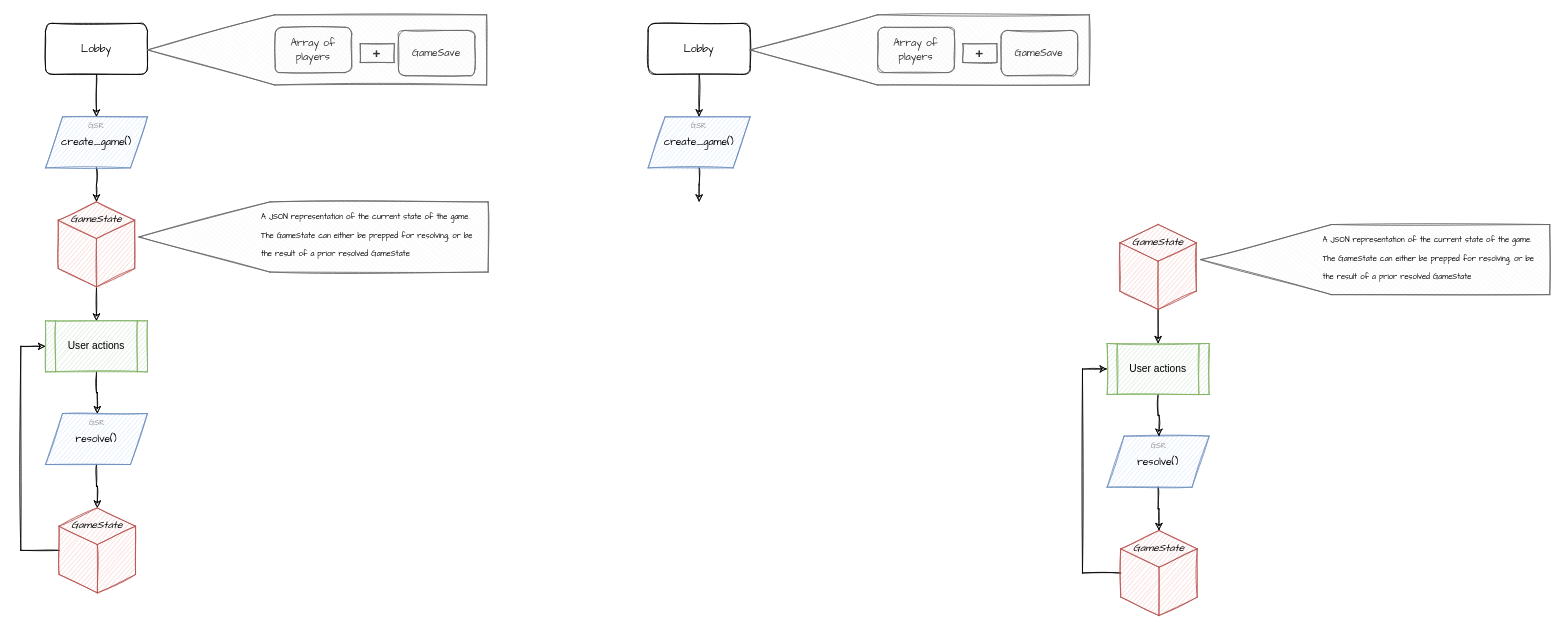
Above: Process.drawio in JacksonBowe/mafia-engine (draw.io), before the change. Source tidied: cells renumbered, new cells numbered last; positions are measured from the earlier drawing's top-left corner, leaving out a move shared by most shapes. Both pictures are drawn from the tidied source at 85%, with x=0, y=0 at pixel (20, -120).
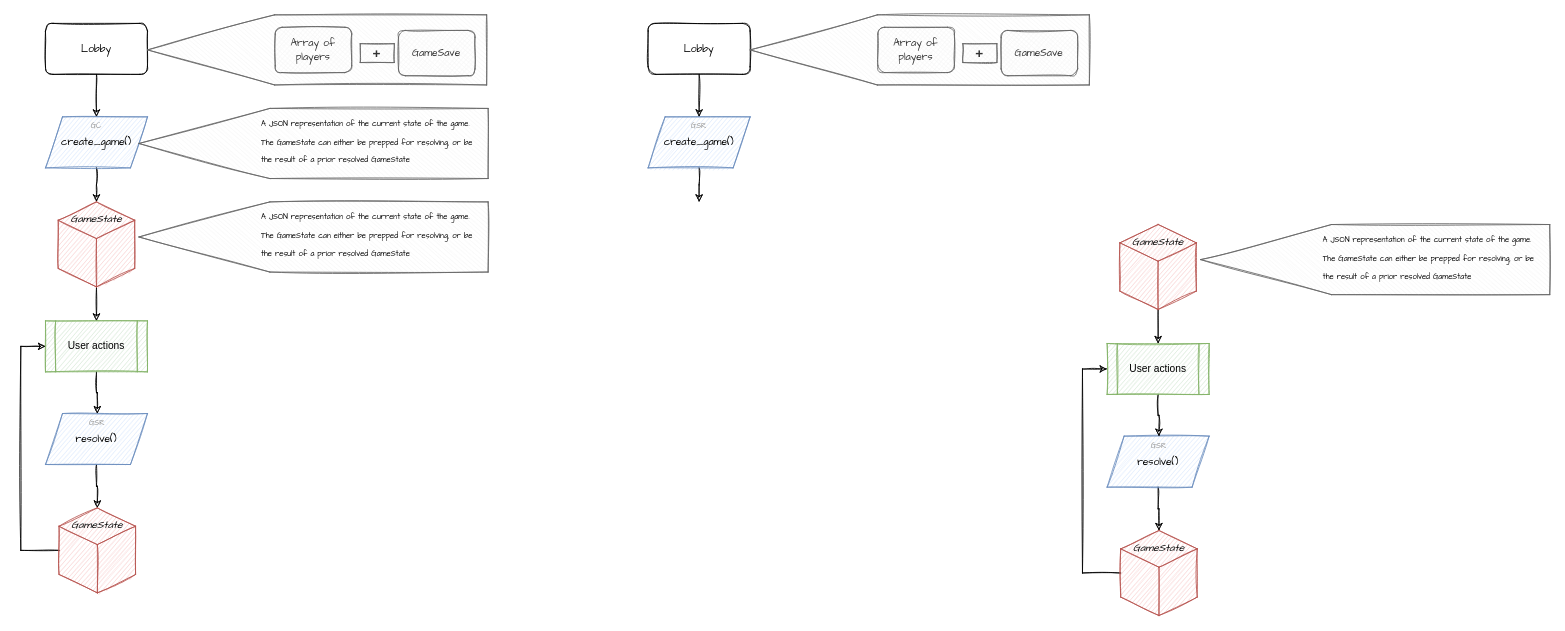
The same diagram, later.

Change to the diagram source:
```diff
@@
-    <mxCell id="23" value="&lt;font face=&quot;Comic Sans MS&quot; style=&quot;font-size: 9px&quot; color=&quot;#919191&quot;&gt;GSR&lt;/font&gt;" style="text;html=1;strokeColor=none;fillColor=none;align=center;verticalAlign=middle;whiteSpace=wrap;rounded=0;sketch=1;" parent="1" vertex="1">
+    <mxCell id="23" value="&lt;font face=&quot;Comic Sans MS&quot; style=&quot;font-size: 9px&quot; color=&quot;#919191&quot;&gt;GC&lt;/font&gt;" style="text;html=1;strokeColor=none;fillColor=none;align=center;verticalAlign=middle;whiteSpace=wrap;rounded=0;sketch=1;" parent="1" vertex="1">
       <mxGeometry x="69" y="278" width="40" height="20" as="geometry" />
     </mxCell>
@@
+    <mxCell id="52" style="group;" parent="1" vertex="1">
+      <mxGeometry x="139" y="268" width="410.8" height="82.5" as="geometry" />
+    </mxCell>
+    <mxCell id="53" style="shape=offPageConnector;whiteSpace=wrap;html=1;sketch=1;rotation=90;fillColor=#f5f5f5;strokeColor=#666666;fontColor=#333333;" parent="52" vertex="1">
+      <mxGeometry x="164.1" y="-164.1" width="82.5" height="410.8" as="geometry" />
+    </mxCell>
+    <mxCell id="54" value="&lt;p style=&quot;line-height: 20%&quot;&gt;&lt;/p&gt;&lt;h2&gt;&lt;span style=&quot;font-family: &amp;#34;comic sans ms&amp;#34; ; font-size: 9px ; font-weight: normal&quot;&gt;A JSON representation of the current state of the game. The GameState can either be prepped for resolving, or be the result of a prior resolved GameState&lt;/span&gt;&lt;br&gt;&lt;/h2&gt;&lt;p&gt;&lt;/p&gt;" style="text;html=1;spacing=5;spacingTop=-20;whiteSpace=wrap;overflow=hidden;rounded=0;sketch=1;" parent="52" vertex="1">
+      <mxGeometry x="139" width="270" height="80" as="geometry" />
+    </mxCell>
```
